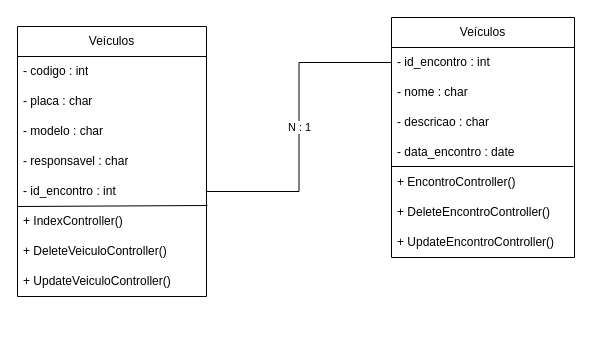
This is page "Diagrama de Classes" (2 of 2) of Diagramas.drawio from EdsonDoro/Encontro-de-Carros-Antigos, a draw.io file, before an edit. Source tidied: cells renumbered, new cells numbered last; positions are measured from the earlier drawing's top-left corner, leaving out a move shared by most shapes. Both pictures are drawn from the tidied source at 100%, with x=0, y=0 at pixel (17, 17).
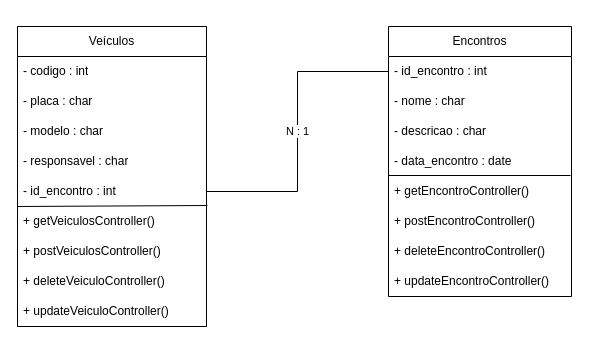
The same page after the edit.

The edit, as a diff of the source:
```diff
@@
     <mxCell id="2" value="Veículos" style="swimlane;fontStyle=0;horizontal=1;startSize=30;whiteSpace=wrap;html=1;" parent="1" vertex="1">
-      <mxGeometry y="9" width="189" height="270" as="geometry" />
+      <mxGeometry y="9" width="189" height="300" as="geometry" />
     </mxCell>
@@
-    <mxCell id="9" value="+ IndexController()" style="text;strokeColor=none;fillColor=none;align=left;verticalAlign=middle;spacingLeft=4;spacingRight=4;overflow=hidden;points=[[0,0.5],[1,0.5]];portConstraint=eastwest;whiteSpace=wrap;html=1;backgroundOutline=0;absoluteArcSize=0;comic=0;" parent="2" vertex="1">
+    <mxCell id="9" value="+ getVeiculosController()" style="text;strokeColor=none;fillColor=none;align=left;verticalAlign=middle;spacingLeft=4;spacingRight=4;overflow=hidden;points=[[0,0.5],[1,0.5]];portConstraint=eastwest;whiteSpace=wrap;html=1;backgroundOutline=0;absoluteArcSize=0;comic=0;" parent="2" vertex="1">
       <mxGeometry y="180" width="189" height="30" as="geometry" />
     </mxCell>
+    <mxCell id="22" value="+ postVeiculosController()" style="text;strokeColor=none;fillColor=none;align=left;verticalAlign=middle;spacingLeft=4;spacingRight=4;overflow=hidden;whiteSpace=wrap;html=1;backgroundOutline=0;absoluteArcSize=0;comic=0;" parent="2" vertex="1">
+      <mxGeometry y="210" width="189" height="30" as="geometry" />
+    </mxCell>
-    <mxCell id="10" value="+ DeleteVeiculoController()" style="text;strokeColor=none;fillColor=none;align=left;verticalAlign=middle;spacingLeft=4;spacingRight=4;overflow=hidden;whiteSpace=wrap;html=1;" parent="2" vertex="1">
-      <mxGeometry y="210" width="189" height="30" as="geometry" />
+    <mxCell id="10" value="+ deleteVeiculoController()" style="text;strokeColor=none;fillColor=none;align=left;verticalAlign=middle;spacingLeft=4;spacingRight=4;overflow=hidden;whiteSpace=wrap;html=1;" parent="2" vertex="1">
+      <mxGeometry y="240" width="189" height="30" as="geometry" />
     </mxCell>
-    <mxCell id="11" value="+ UpdateVeiculoController()" style="text;strokeColor=none;fillColor=none;align=left;verticalAlign=middle;spacingLeft=4;spacingRight=4;overflow=hidden;whiteSpace=wrap;html=1;" parent="2" vertex="1">
-      <mxGeometry y="240" width="189" height="30" as="geometry" />
+    <mxCell id="11" value="+ updateVeiculoController()" style="text;strokeColor=none;fillColor=none;align=left;verticalAlign=middle;spacingLeft=4;spacingRight=4;overflow=hidden;whiteSpace=wrap;html=1;" parent="2" vertex="1">
+      <mxGeometry y="270" width="189" height="30" as="geometry" />
     </mxCell>
-    <mxCell id="12" value="Veículos" style="swimlane;fontStyle=0;horizontal=1;startSize=30;whiteSpace=wrap;html=1;" parent="1" vertex="1">
-      <mxGeometry x="374" width="183" height="240" as="geometry" />
+    <mxCell id="12" value="Encontros" style="swimlane;fontStyle=0;horizontal=1;startSize=30;whiteSpace=wrap;html=1;" parent="1" vertex="1">
+      <mxGeometry x="371" y="9" width="183" height="270" as="geometry" />
     </mxCell>
@@
-    <mxCell id="18" value="+ EncontroController()" style="text;strokeColor=none;fillColor=none;align=left;verticalAlign=middle;spacingLeft=4;spacingRight=4;overflow=hidden;whiteSpace=wrap;html=1;" parent="12" vertex="1">
+    <mxCell id="18" value="+ getEncontroController()" style="text;strokeColor=none;fillColor=none;align=left;verticalAlign=middle;spacingLeft=4;spacingRight=4;overflow=hidden;whiteSpace=wrap;html=1;" parent="12" vertex="1">
       <mxGeometry y="150" width="183" height="30" as="geometry" />
     </mxCell>
+    <mxCell id="23" value="+ postEncontroController()" style="text;strokeColor=none;fillColor=none;align=left;verticalAlign=middle;spacingLeft=4;spacingRight=4;overflow=hidden;whiteSpace=wrap;html=1;" parent="12" vertex="1">
+      <mxGeometry y="180" width="183" height="30" as="geometry" />
+    </mxCell>
-    <mxCell id="19" value="+ DeleteEncontroController()" style="text;strokeColor=none;fillColor=none;align=left;verticalAlign=middle;spacingLeft=4;spacingRight=4;overflow=hidden;whiteSpace=wrap;html=1;" parent="12" vertex="1">
-      <mxGeometry y="180" width="183" height="30" as="geometry" />
+    <mxCell id="19" value="+ deleteEncontroController()" style="text;strokeColor=none;fillColor=none;align=left;verticalAlign=middle;spacingLeft=4;spacingRight=4;overflow=hidden;whiteSpace=wrap;html=1;" parent="12" vertex="1">
+      <mxGeometry y="210" width="183" height="30" as="geometry" />
     </mxCell>
-    <mxCell id="20" value="+ UpdateEncontroController()" style="text;strokeColor=none;fillColor=none;align=left;verticalAlign=middle;spacingLeft=4;spacingRight=4;overflow=hidden;whiteSpace=wrap;html=1;" parent="12" vertex="1">
-      <mxGeometry y="210" width="183" height="30" as="geometry" />
+    <mxCell id="20" value="+ updateEncontroController()" style="text;strokeColor=none;fillColor=none;align=left;verticalAlign=middle;spacingLeft=4;spacingRight=4;overflow=hidden;whiteSpace=wrap;html=1;" parent="12" vertex="1">
+      <mxGeometry y="240" width="183" height="30" as="geometry" />
     </mxCell>
```
